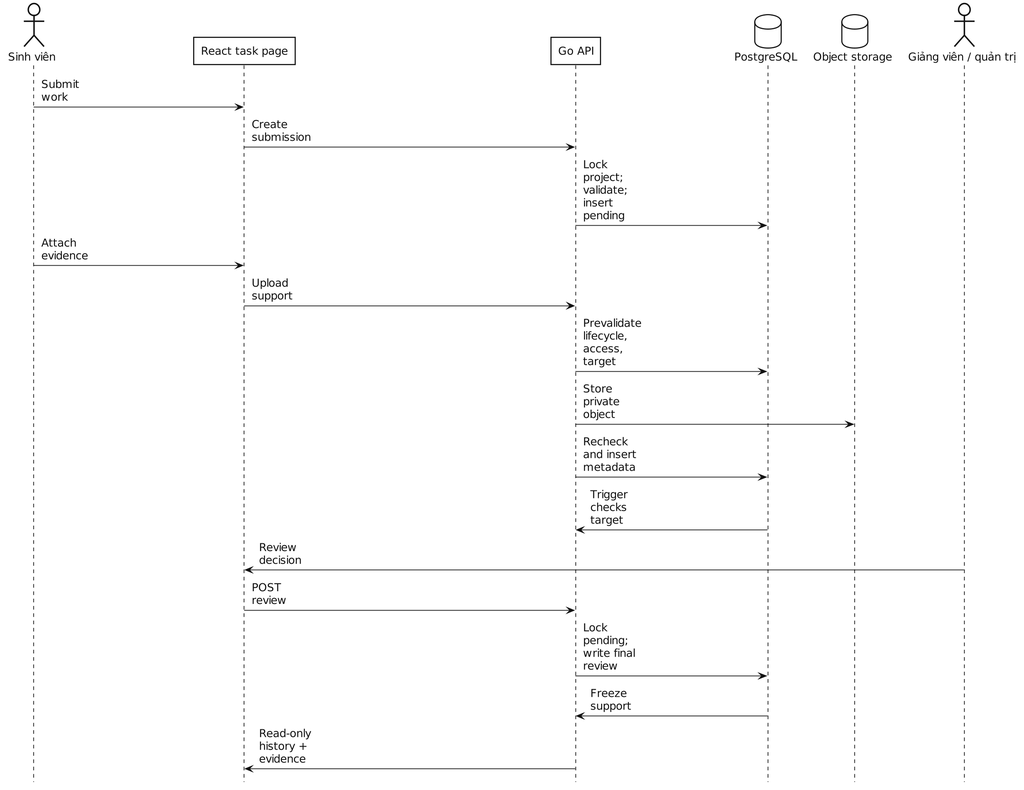
Before: report/assets/diagrams/evidence-sequence.png, a diagram exported from PlantUML (gachu2002/UniTrack).
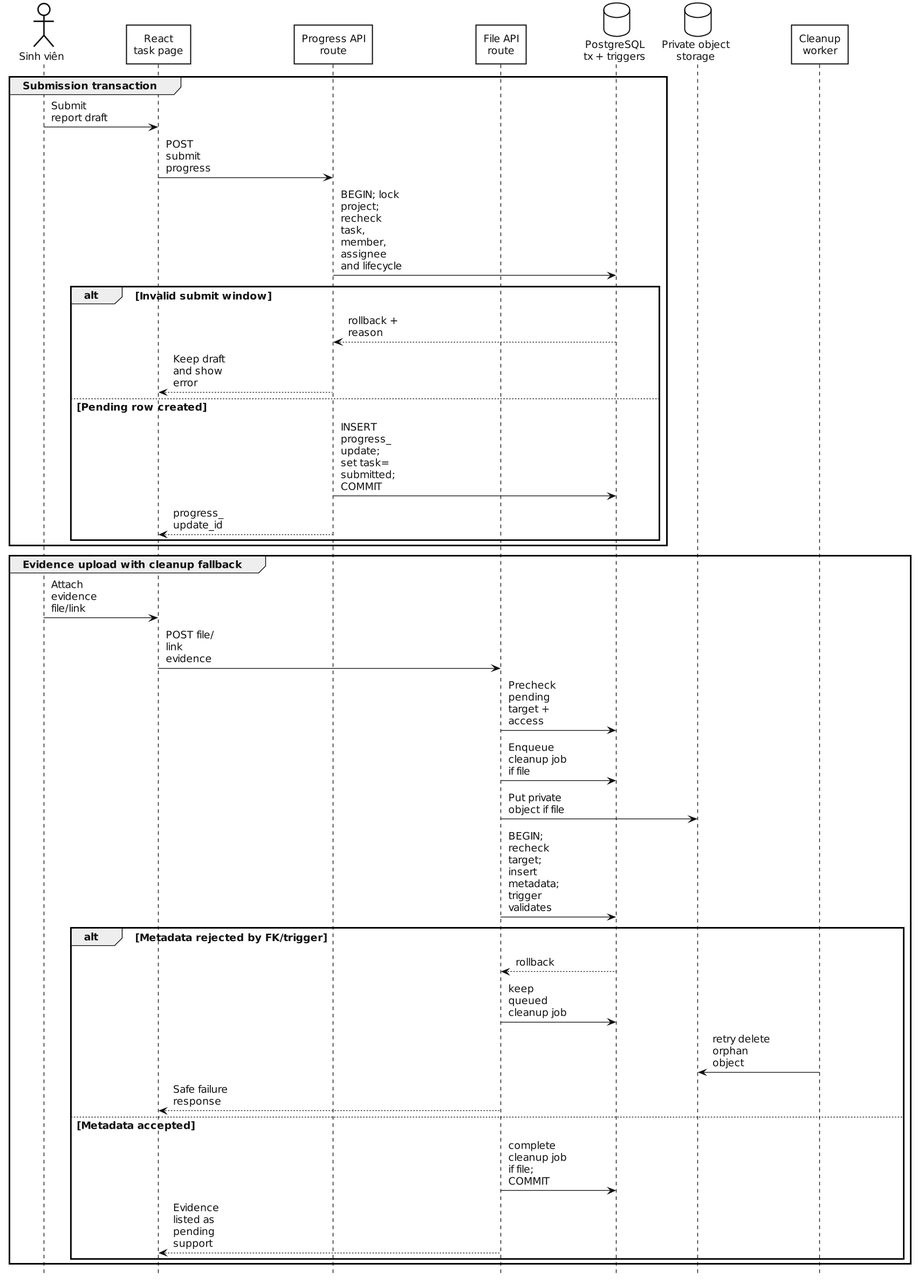
Above is the later version.

The edit, as a diff of the source:
```diff
@@ -106,30 +106,50 @@
 skinparam backgroundColor white
 skinparam shadowing false
 skinparam defaultFontName "DejaVu Sans"
+skinparam defaultFontSize 14
+skinparam dpi 130
 skinparam sequenceArrowThickness 1
+skinparam ParticipantPadding 66
+skinparam BoxPadding 7
+skinparam maxMessageSize 84
 hide footbox
 
 actor "Sinh viên" as Student
-participant "React task page" as Web
-participant "Go API" as API
-database "PostgreSQL" as DB
-database "Object storage" as Store
-actor "Giảng viên / quản trị" as Teacher
+participant "React\ntask page" as Web
+participant "Progress API\nroute" as Progress
+participant "File API\nroute" as FileAPI
+database "PostgreSQL\ntx + triggers" as DB
+database "Private object\nstorage" as Store
+participant "Cleanup\nworker" as Cleanup
 
-Student -> Web : Submit work
-Web -> API : Create submission
-API -> DB : Lock project; validate; insert pending
+group Submission transaction
+  Student -> Web : Submit report draft
+  Web -> Progress : POST submit progress
+  Progress -> DB : BEGIN; lock project; recheck task,\nmember, assignee and lifecycle
+  alt Invalid submit window
+    DB --> Progress : rollback + reason
+    Progress --> Web : Keep draft and show error
+  else Pending row created
+    Progress -> DB : INSERT progress_update;\nset task=submitted; COMMIT
+    Progress --> Web : progress_update_id
+  end
+end
 
-Student -> Web : Attach evidence
-Web -> API : Upload support
-API -> DB : Prevalidate lifecycle, access, target
-API -> Store : Store private object
-API -> DB : Recheck and insert metadata
-DB -> API : Trigger checks target
-
-Teacher -> Web : Review decision
-Web -> API : POST review
-API -> DB : Lock pending; write final review
-DB -> API : Freeze support
-API -> Web : Read-only history + evidence
+group Evidence upload with cleanup fallback
+  Student -> Web : Attach evidence file/link
+  Web -> FileAPI : POST file/link evidence
+  FileAPI -> DB : Precheck pending target + access
+  FileAPI -> DB : Enqueue cleanup job if file
+  FileAPI -> Store : Put private object if file
+  FileAPI -> DB : BEGIN; recheck target;\ninsert metadata; trigger validates
+  alt Metadata rejected by FK/trigger
+    DB --> FileAPI : rollback
+    FileAPI -> DB : keep queued cleanup job
+    Cleanup -> Store : retry delete orphan object
+    FileAPI --> Web : Safe failure response
+  else Metadata accepted
+    FileAPI -> DB : complete cleanup job if file; COMMIT
+    FileAPI --> Web : Evidence listed as pending support
+  end
+end
 @enduml
```
